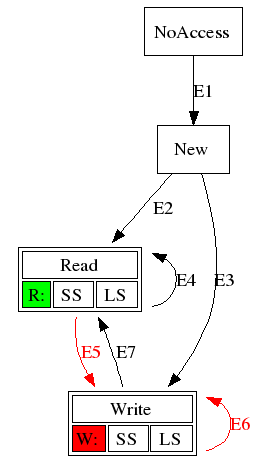
spurious/ThreadSanitizer-mirror keeps this Graphviz diagram as msm/prop1.png. Above is the earlier version. Its source is kept beside it as msm/prop1.dot.
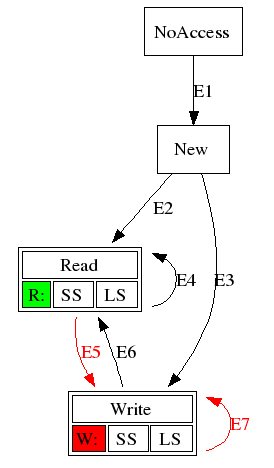
After the change.

Commit message:
git-svn-id: http://data-race-test.googlecode.com/svn/trunk@83 93a3164d-3a44-0410-8ae5-4baa038b0729

The edit, as a diff of the source:
```diff
@@ -26,6 +26,6 @@
    New      -> Write  [label="E3"];
    Read     -> Read   [label="E4"];
    Read     -> Write  [label="E5" color="red" fontcolor="red"];
-   Write    -> Write  [label="E6" color="red" fontcolor="red"];
-   Write    -> Read   [label="E7"];
+   Write    -> Read   [label="E6"];
+   Write    -> Write  [label="E7" color="red" fontcolor="red"];
 }
```
